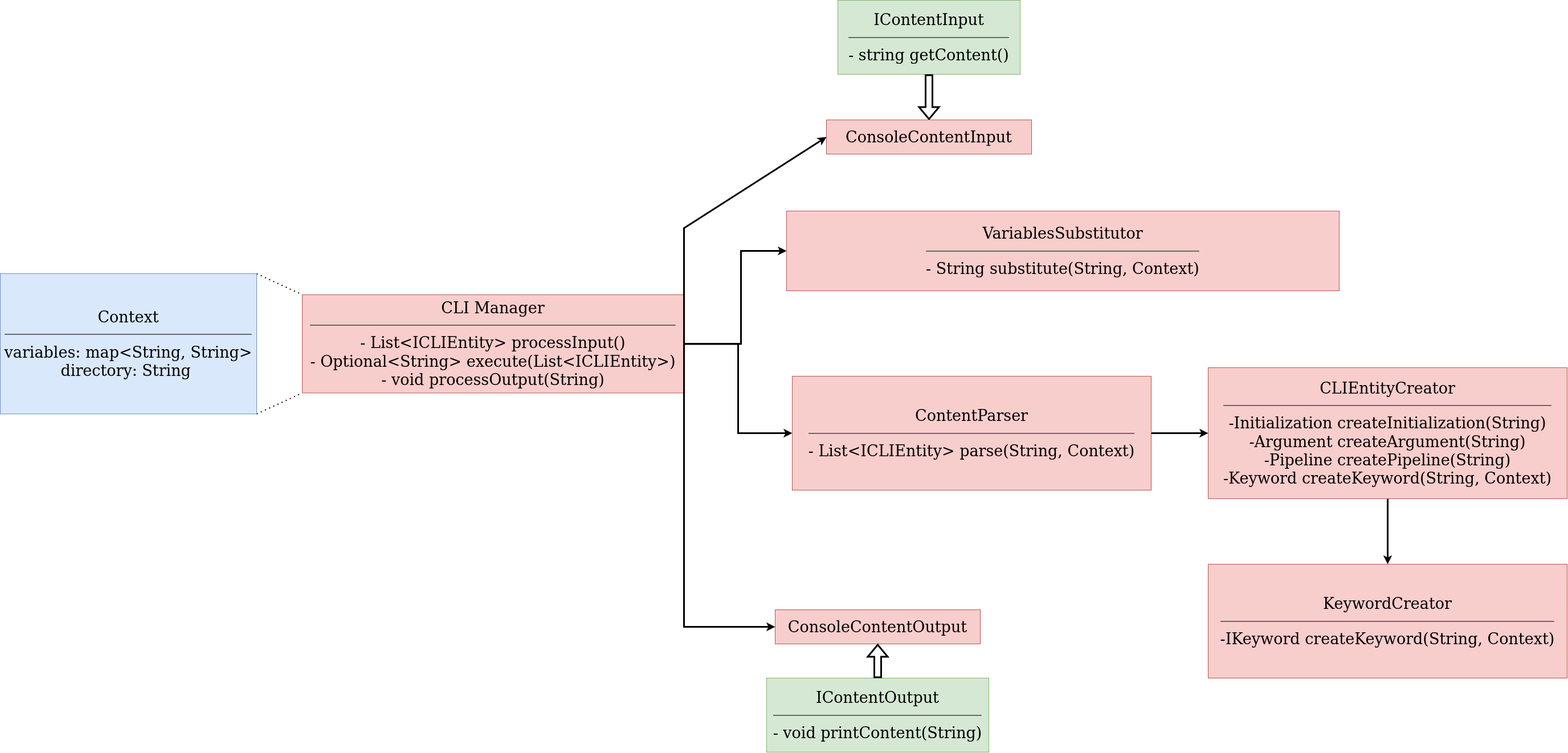
Above: pictures/phase2.png in margarita0303/superbash (draw.io), before the change. Source tidied: cells renumbered, new cells last; positions are measured from the earlier drawing's top-left corner, leaving out a move shared by most shapes.
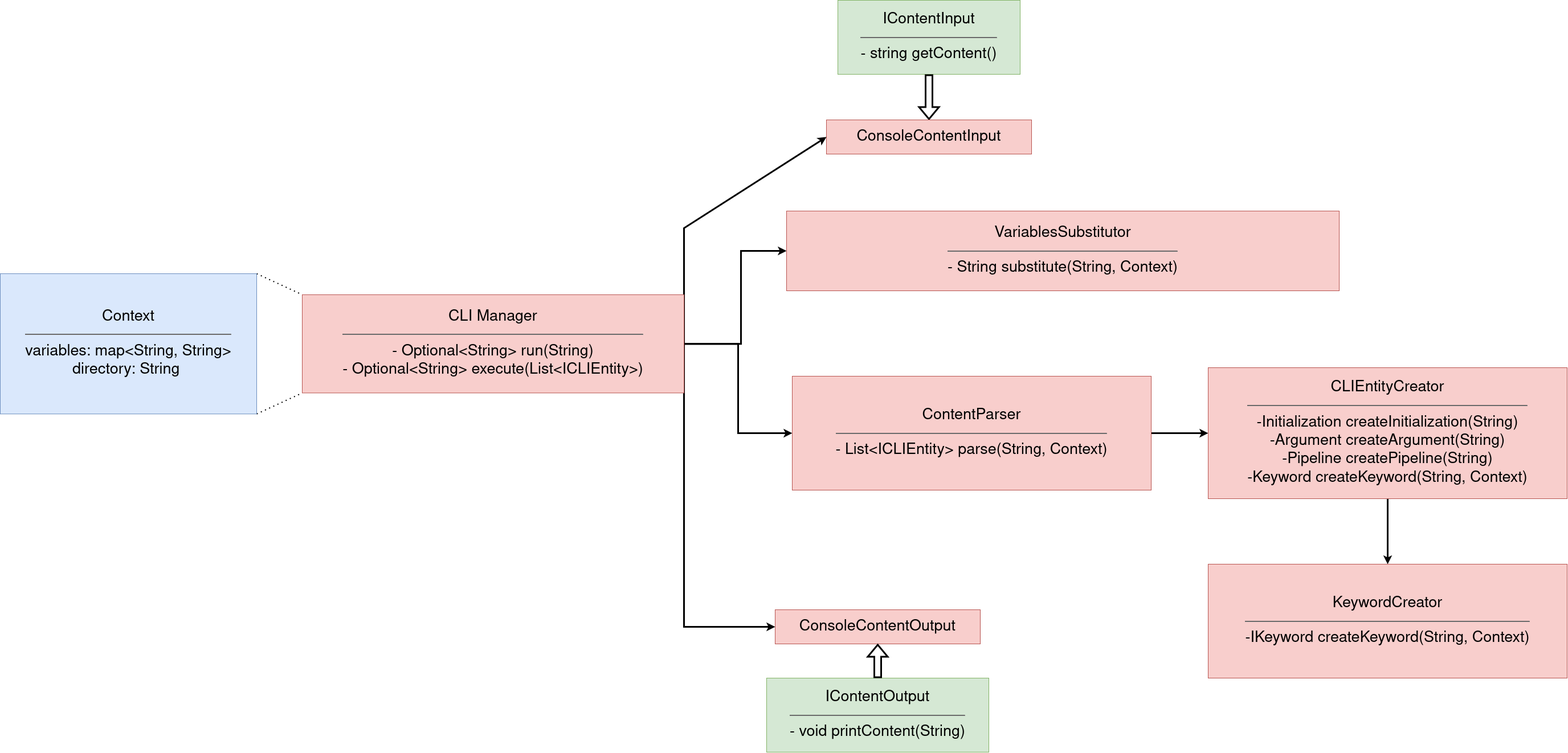
The same diagram one commit later.

What changed in the source:
```diff
@@ -2,25 +2,29 @@
   <root>
     <mxCell id="0" />
     <mxCell id="1" parent="0" />
-    <mxCell id="2" style="edgeStyle=orthogonalEdgeStyle;rounded=0;jettySize=auto;html=1;entryX=0;entryY=0.5;entryDx=0;entryDy=0;strokeWidth=3;" parent="1" edge="1" source="4" target="17">
+    <mxCell id="2" style="edgeStyle=orthogonalEdgeStyle;rounded=0;jettySize=auto;html=1;entryX=0;entryY=0.5;entryDx=0;entryDy=0;strokeWidth=3;" parent="1" edge="1" target="17">
       <mxGeometry relative="1" as="geometry">
+        <mxPoint x="1200" y="603.2" as="sourcePoint" />
         <Array as="points">
           <mxPoint x="1300" y="603" />
           <mxPoint x="1300" y="440" />
         </Array>
       </mxGeometry>
     </mxCell>
-    <mxCell id="3" style="edgeStyle=orthogonalEdgeStyle;rounded=0;jettySize=auto;html=1;entryX=0;entryY=0.5;entryDx=0;entryDy=0;strokeWidth=3;" parent="1" edge="1" source="4" target="12">
-      <mxGeometry relative="1" as="geometry" />
+    <mxCell id="3" style="edgeStyle=orthogonalEdgeStyle;rounded=0;jettySize=auto;html=1;entryX=0;entryY=0.5;entryDx=0;entryDy=0;strokeWidth=3;" parent="1" edge="1" target="12">
+      <mxGeometry relative="1" as="geometry">
+        <mxPoint x="1200" y="603.2" as="sourcePoint" />
+      </mxGeometry>
     </mxCell>
-    <mxCell id="4" value="&lt;div&gt;CLI Manager&lt;br&gt;&lt;/div&gt;&lt;hr&gt;&lt;div&gt;- List&amp;lt;ICLIEntity&amp;gt; processInput()&lt;/div&gt;&lt;div&gt;- Optional&amp;lt;String&amp;gt; execute(List&amp;lt;ICLIEntity&amp;gt;)&lt;/div&gt;&lt;div&gt;- void processOutput(String)&lt;br&gt;&lt;/div&gt;" style="rounded=0;whiteSpace=wrap;html=1;fontSize=27;fillColor=#f8cecc;strokeColor=#b85450;" parent="1" vertex="1">
-      <mxGeometry x="530" y="516.9" width="670" height="172.5" as="geometry" />
-    </mxCell>
-    <mxCell id="5" style="endArrow=none;dashed=1;html=1;dashPattern=1 3;strokeWidth=2;rounded=0;fontSize=27;entryX=0;entryY=1;entryDx=0;entryDy=0;exitX=1;exitY=1;exitDx=0;exitDy=0;" parent="1" edge="1" source="7" target="4">
-      <mxGeometry relative="1" as="geometry" />
+    <mxCell id="5" style="endArrow=none;dashed=1;html=1;dashPattern=1 3;strokeWidth=2;rounded=0;fontSize=27;entryX=0;entryY=1;entryDx=0;entryDy=0;exitX=1;exitY=1;exitDx=0;exitDy=0;" parent="1" edge="1" source="7">
+      <mxGeometry relative="1" as="geometry">
+        <mxPoint x="530" y="689.4" as="targetPoint" />
+      </mxGeometry>
     </mxCell>
-    <mxCell id="6" style="endArrow=none;dashed=1;html=1;dashPattern=1 3;strokeWidth=2;rounded=0;fontSize=27;entryX=0;entryY=0;entryDx=0;entryDy=0;exitX=1;exitY=0;exitDx=0;exitDy=0;" parent="1" edge="1" source="7" target="4">
-      <mxGeometry relative="1" as="geometry" />
+    <mxCell id="6" style="endArrow=none;dashed=1;html=1;dashPattern=1 3;strokeWidth=2;rounded=0;fontSize=27;entryX=0;entryY=0;entryDx=0;entryDy=0;exitX=1;exitY=0;exitDx=0;exitDy=0;" parent="1" edge="1" source="7">
+      <mxGeometry relative="1" as="geometry">
+        <mxPoint x="530" y="516.9" as="targetPoint" />
+      </mxGeometry>
     </mxCell>
     <mxCell id="7" value="&lt;div&gt;Context&lt;/div&gt;&lt;div&gt;&lt;hr&gt;variables: map&amp;lt;String, String&amp;gt;&lt;/div&gt;&lt;div&gt;directory: String&amp;nbsp;&lt;/div&gt;" style="rounded=0;whiteSpace=wrap;html=1;fontSize=27;fillColor=#dae8fc;strokeColor=#6c8ebf;" parent="1" vertex="1">
       <mxGeometry y="480" width="450" height="246.2" as="geometry" />
@@ -34,8 +38,9 @@
     <mxCell id="10" value="ConsoleContentInput" style="rounded=0;whiteSpace=wrap;html=1;fontSize=27;fillColor=#f8cecc;strokeColor=#b85450;" parent="1" vertex="1">
       <mxGeometry x="1450" y="210" width="360" height="60" as="geometry" />
     </mxCell>
-    <mxCell id="11" style="endArrow=classic;html=1;rounded=0;strokeWidth=3;fontSize=27;exitX=1;exitY=0.5;exitDx=0;exitDy=0;entryX=0;entryY=0.5;entryDx=0;entryDy=0;" parent="1" edge="1" source="4" target="10">
+    <mxCell id="11" style="endArrow=classic;html=1;rounded=0;strokeWidth=3;fontSize=27;exitX=1;exitY=0.5;exitDx=0;exitDy=0;entryX=0;entryY=0.5;entryDx=0;entryDy=0;" parent="1" edge="1" target="10">
       <mxGeometry relative="1" as="geometry">
+        <mxPoint x="1200" y="603.1" as="sourcePoint" />
         <Array as="points">
           <mxPoint x="1200" y="400" />
         </Array>
@@ -81,5 +86,8 @@
     <mxCell id="22" value="KeywordCreator&lt;hr&gt;&lt;div&gt;-IKeyword createKeyword(String, Context)&lt;br&gt;&lt;/div&gt;" style="rounded=0;whiteSpace=wrap;html=1;fontSize=27;fillColor=#f8cecc;strokeColor=#b85450;strokeWidth=1;" parent="1" vertex="1">
       <mxGeometry x="2120" y="990" width="630" height="200" as="geometry" />
     </mxCell>
+    <mxCell id="23" value="&lt;div&gt;CLI Manager&lt;br&gt;&lt;/div&gt;&lt;hr&gt;&lt;div&gt;- Optional&amp;lt;String&amp;gt; run(String)&lt;/div&gt;&lt;div&gt;- Optional&amp;lt;String&amp;gt; execute(List&amp;lt;ICLIEntity&amp;gt;)&lt;/div&gt;" style="rounded=0;whiteSpace=wrap;html=1;fontSize=27;fillColor=#f8cecc;strokeColor=#b85450;" parent="1" vertex="1">
+      <mxGeometry x="530" y="516.9" width="670" height="172.5" as="geometry" />
+    </mxCell>
   </root>
 </mxGraphModel>
```
